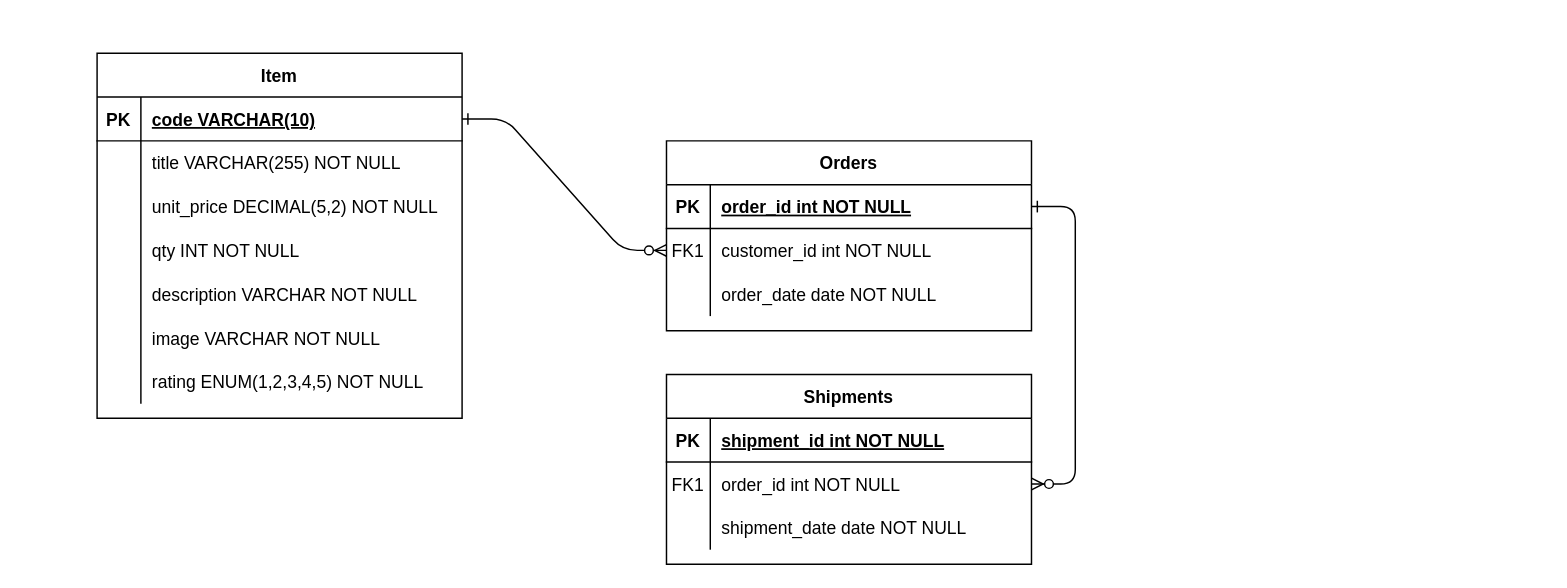
Before: amazon-backend-erd.drawio in Direct-Entry-Program-7/amazon-clone-api, a draw.io diagram. Source tidied: cells renumbered, new cells numbered last; positions are measured from the earlier drawing's top-left corner, leaving out a move shared by most shapes. Both pictures are drawn from the tidied source at 146%, with x=0, y=0 at pixel (96, 53).
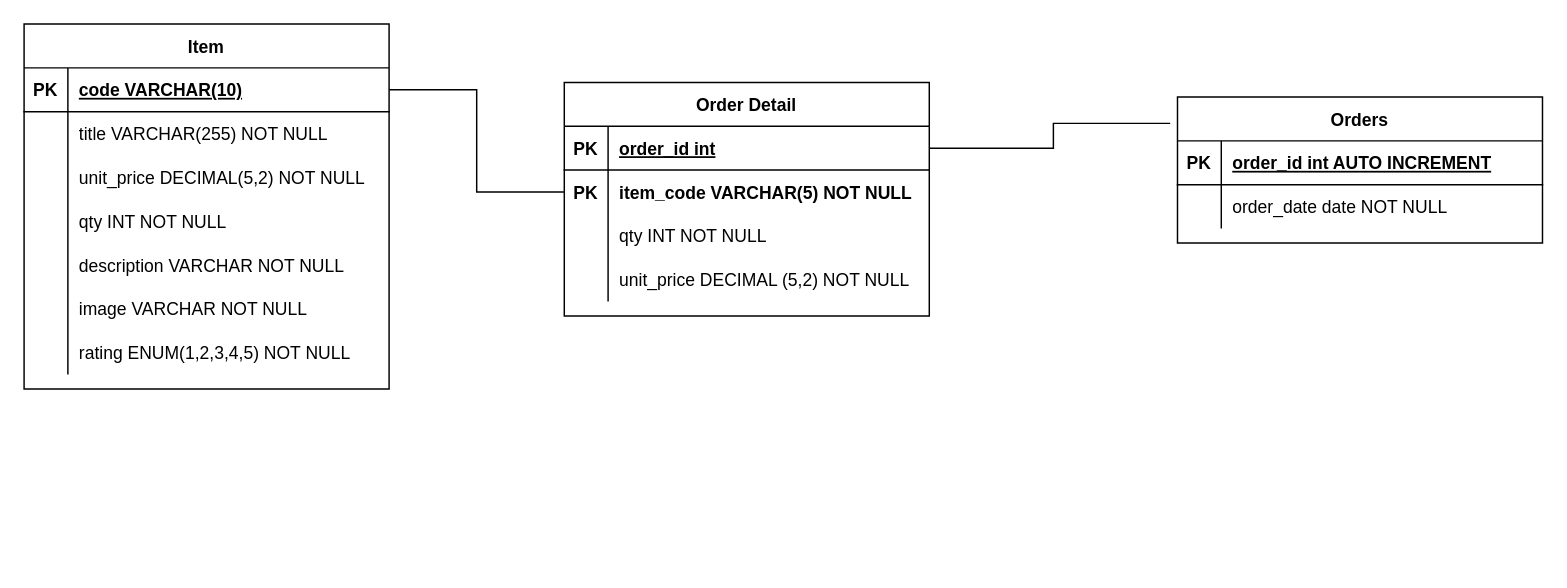
The same diagram, later.

Change to the diagram source:
```diff
@@
-    <mxCell id="2" style="edgeStyle=entityRelationEdgeStyle;endArrow=ERzeroToMany;startArrow=ERone;endFill=1;startFill=0;" parent="1" edge="1" source="25" target="8">
-      <mxGeometry relative="1" as="geometry" />
-    </mxCell>
-    <mxCell id="3" style="edgeStyle=entityRelationEdgeStyle;endArrow=ERzeroToMany;startArrow=ERone;endFill=1;startFill=0;" parent="1" edge="1" source="5" target="18">
-      <mxGeometry relative="1" as="geometry" />
-    </mxCell>
-    <mxCell id="4" value="Orders" style="shape=table;startSize=30;childLayout=tableLayout;rowLines=0;fontStyle=1;align=center;" parent="1" vertex="1">
-      <mxGeometry x="390" y="60" width="250" height="130" as="geometry" />
+    <mxCell id="4" value="Orders" style="shape=table;startSize=30;childLayout=tableLayout;rowLines=0;fontStyle=1;align=center;fontFamily=Ubuntu;" parent="1" vertex="1">
+      <mxGeometry x="740" y="30" width="250" height="100" as="geometry" />
     </mxCell>
-    <mxCell id="5" style="shape=partialRectangle;fillColor=none;points=[[0,0.5],[1,0.5]];portConstraint=eastwest;top=0;left=0;right=0;bottom=1;" parent="4" vertex="1">
+    <mxCell id="5" style="shape=partialRectangle;fillColor=none;points=[[0,0.5],[1,0.5]];portConstraint=eastwest;top=0;left=0;right=0;bottom=1;fontFamily=Ubuntu;" parent="4" vertex="1">
       <mxGeometry y="30" width="250" height="30" as="geometry" />
     </mxCell>
-    <mxCell id="6" value="PK" style="shape=partialRectangle;overflow=hidden;fillColor=none;top=0;left=0;bottom=0;right=0;fontStyle=1;" parent="5" vertex="1">
+    <mxCell id="6" value="PK" style="shape=partialRectangle;overflow=hidden;fillColor=none;top=0;left=0;bottom=0;right=0;fontStyle=1;fontFamily=Ubuntu;" parent="5" vertex="1">
       <mxGeometry width="30" height="30" as="geometry" />
     </mxCell>
-    <mxCell id="7" value="order_id int NOT NULL " style="shape=partialRectangle;overflow=hidden;fillColor=none;top=0;left=0;bottom=0;right=0;align=left;spacingLeft=6;fontStyle=5;" parent="5" vertex="1">
+    <mxCell id="7" value="order_id int AUTO INCREMENT" style="shape=partialRectangle;overflow=hidden;fillColor=none;top=0;left=0;bottom=0;right=0;align=left;spacingLeft=6;fontStyle=5;fontFamily=Ubuntu;" parent="5" vertex="1">
       <mxGeometry x="30" width="220" height="30" as="geometry" />
     </mxCell>
-    <mxCell id="8" style="shape=partialRectangle;fillColor=none;points=[[0,0.5],[1,0.5]];portConstraint=eastwest;top=0;left=0;right=0;bottom=0;" parent="4" vertex="1">
-      <mxGeometry y="60" width="250" height="30" as="geometry" />
-    </mxCell>
-    <mxCell id="9" value="FK1" style="shape=partialRectangle;overflow=hidden;fillColor=none;top=0;left=0;bottom=0;right=0;" parent="8" vertex="1">
-      <mxGeometry width="30" height="30" as="geometry" />
-    </mxCell>
-    <mxCell id="10" value="customer_id int NOT NULL" style="shape=partialRectangle;overflow=hidden;fillColor=none;top=0;left=0;bottom=0;right=0;align=left;spacingLeft=6;" parent="8" vertex="1">
-      <mxGeometry x="30" width="220" height="30" as="geometry" />
-    </mxCell>
-    <mxCell id="11" style="shape=partialRectangle;fillColor=none;top=0;left=0;right=0;bottom=0;" parent="4" vertex="1">
-      <mxGeometry y="90" width="250" height="30" as="geometry" />
+    <mxCell id="11" style="shape=partialRectangle;fillColor=none;top=0;left=0;right=0;bottom=0;fontFamily=Ubuntu;" parent="4" vertex="1">
+      <mxGeometry y="60" width="250" height="30" as="geometry" />
     </mxCell>
-    <mxCell id="12" style="shape=partialRectangle;overflow=hidden;fillColor=none;top=0;left=0;bottom=0;right=0;" parent="11" vertex="1">
+    <mxCell id="12" style="shape=partialRectangle;overflow=hidden;fillColor=none;top=0;left=0;bottom=0;right=0;fontFamily=Ubuntu;" parent="11" vertex="1">
       <mxGeometry width="30" height="30" as="geometry" />
     </mxCell>
-    <mxCell id="13" value="order_date date NOT NULL" style="shape=partialRectangle;overflow=hidden;fillColor=none;top=0;left=0;bottom=0;right=0;align=left;spacingLeft=6;" parent="11" vertex="1">
+    <mxCell id="13" value="order_date date NOT NULL" style="shape=partialRectangle;overflow=hidden;fillColor=none;top=0;left=0;bottom=0;right=0;align=left;spacingLeft=6;fontFamily=Ubuntu;" parent="11" vertex="1">
       <mxGeometry x="30" width="220" height="30" as="geometry" />
     </mxCell>
-    <mxCell id="14" value="Shipments" style="shape=table;startSize=30;childLayout=tableLayout;rowLines=0;fontStyle=1;align=center;" parent="1" vertex="1">
-      <mxGeometry x="390" y="220" width="250" height="130" as="geometry" />
-    </mxCell>
-    <mxCell id="15" style="shape=partialRectangle;fillColor=none;top=0;left=0;right=0;bottom=1;" parent="14" vertex="1">
-      <mxGeometry y="30" width="250" height="30" as="geometry" />
-    </mxCell>
-    <mxCell id="16" value="PK" style="shape=partialRectangle;overflow=hidden;fillColor=none;top=0;left=0;bottom=0;right=0;fontStyle=1;" parent="15" vertex="1">
-      <mxGeometry width="30" height="30" as="geometry" />
-    </mxCell>
-    <mxCell id="17" value="shipment_id int NOT NULL " style="shape=partialRectangle;overflow=hidden;fillColor=none;top=0;left=0;bottom=0;right=0;align=left;spacingLeft=6;fontStyle=5;" parent="15" vertex="1">
-      <mxGeometry x="30" width="220" height="30" as="geometry" />
-    </mxCell>
-    <mxCell id="18" style="shape=partialRectangle;fillColor=none;points=[[0,0.5],[1,0.5]];portConstraint=eastwest;top=0;left=0;right=0;bottom=0;" parent="14" vertex="1">
-      <mxGeometry y="60" width="250" height="30" as="geometry" />
-    </mxCell>
-    <mxCell id="19" value="FK1" style="shape=partialRectangle;overflow=hidden;fillColor=none;top=0;left=0;bottom=0;right=0;" parent="18" vertex="1">
-      <mxGeometry width="30" height="30" as="geometry" />
-    </mxCell>
-    <mxCell id="20" value="order_id int NOT NULL" style="shape=partialRectangle;overflow=hidden;fillColor=none;top=0;left=0;bottom=0;right=0;align=left;spacingLeft=6;" parent="18" vertex="1">
-      <mxGeometry x="30" width="220" height="30" as="geometry" />
-    </mxCell>
-    <mxCell id="21" style="shape=partialRectangle;fillColor=none;top=0;left=0;right=0;bottom=0;" parent="14" vertex="1">
-      <mxGeometry y="90" width="250" height="30" as="geometry" />
-    </mxCell>
-    <mxCell id="22" style="shape=partialRectangle;overflow=hidden;fillColor=none;top=0;left=0;bottom=0;right=0;" parent="21" vertex="1">
-      <mxGeometry width="30" height="30" as="geometry" />
-    </mxCell>
-    <mxCell id="23" value="shipment_date date NOT NULL" style="shape=partialRectangle;overflow=hidden;fillColor=none;top=0;left=0;bottom=0;right=0;align=left;spacingLeft=6;" parent="21" vertex="1">
-      <mxGeometry x="30" width="220" height="30" as="geometry" />
-    </mxCell>
-    <mxCell id="24" value="Item" style="shape=table;startSize=30;childLayout=tableLayout;rowLines=0;fontStyle=1;align=center;fontColor=default;strokeColor=default;fillColor=default;" parent="1" vertex="1">
-      <mxGeometry width="250" height="250" as="geometry" />
+    <mxCell id="24" value="Item" style="shape=table;startSize=30;childLayout=tableLayout;rowLines=0;fontStyle=1;align=center;fontColor=default;strokeColor=default;fillColor=default;fontFamily=Ubuntu;" parent="1" vertex="1">
+      <mxGeometry x="-50" y="-20" width="250" height="250" as="geometry" />
     </mxCell>
-    <mxCell id="25" style="shape=partialRectangle;fillColor=none;points=[[0,0.5],[1,0.5]];portConstraint=eastwest;top=0;left=0;right=0;bottom=1;" parent="24" vertex="1">
+    <mxCell id="25" style="shape=partialRectangle;fillColor=none;points=[[0,0.5],[1,0.5]];portConstraint=eastwest;top=0;left=0;right=0;bottom=1;fontFamily=Ubuntu;" parent="24" vertex="1">
       <mxGeometry y="30" width="250" height="30" as="geometry" />
     </mxCell>
-    <mxCell id="26" value="PK" style="shape=partialRectangle;overflow=hidden;fillColor=none;top=0;left=0;bottom=0;right=0;fontStyle=1;" parent="25" vertex="1">
+    <mxCell id="26" value="PK" style="shape=partialRectangle;overflow=hidden;fillColor=none;top=0;left=0;bottom=0;right=0;fontStyle=1;fontFamily=Ubuntu;" parent="25" vertex="1">
       <mxGeometry width="30" height="30" as="geometry" />
     </mxCell>
-    <mxCell id="27" value="code VARCHAR(10)" style="shape=partialRectangle;overflow=hidden;fillColor=none;top=0;left=0;bottom=0;right=0;align=left;spacingLeft=6;fontStyle=5;fontColor=default;" parent="25" vertex="1">
+    <mxCell id="27" value="code VARCHAR(10)" style="shape=partialRectangle;overflow=hidden;fillColor=none;top=0;left=0;bottom=0;right=0;align=left;spacingLeft=6;fontStyle=5;fontColor=default;fontFamily=Ubuntu;" parent="25" vertex="1">
       <mxGeometry x="30" width="220" height="30" as="geometry" />
     </mxCell>
-    <mxCell id="28" style="shape=partialRectangle;fillColor=none;top=0;left=0;right=0;bottom=0;" parent="24" vertex="1">
+    <mxCell id="28" style="shape=partialRectangle;fillColor=none;top=0;left=0;right=0;bottom=0;fontFamily=Ubuntu;" parent="24" vertex="1">
       <mxGeometry y="60" width="250" height="30" as="geometry" />
     </mxCell>
-    <mxCell id="29" style="shape=partialRectangle;overflow=hidden;fillColor=none;top=0;left=0;bottom=0;right=0;" parent="28" vertex="1">
+    <mxCell id="29" style="shape=partialRectangle;overflow=hidden;fillColor=none;top=0;left=0;bottom=0;right=0;fontFamily=Ubuntu;" parent="28" vertex="1">
       <mxGeometry width="30" height="30" as="geometry" />
     </mxCell>
-    <mxCell id="30" value="title VARCHAR(255) NOT NULL" style="shape=partialRectangle;overflow=hidden;fillColor=none;top=0;left=0;bottom=0;right=0;align=left;spacingLeft=6;fontColor=default;strokeColor=default;" parent="28" vertex="1">
+    <mxCell id="30" value="title VARCHAR(255) NOT NULL" style="shape=partialRectangle;overflow=hidden;fillColor=none;top=0;left=0;bottom=0;right=0;align=left;spacingLeft=6;fontColor=default;strokeColor=default;fontFamily=Ubuntu;" parent="28" vertex="1">
       <mxGeometry x="30" width="220" height="30" as="geometry" />
     </mxCell>
-    <mxCell id="31" style="shape=partialRectangle;fillColor=none;top=0;left=0;right=0;bottom=0;" parent="24" vertex="1">
+    <mxCell id="31" style="shape=partialRectangle;fillColor=none;top=0;left=0;right=0;bottom=0;fontFamily=Ubuntu;" parent="24" vertex="1">
       <mxGeometry y="90" width="250" height="30" as="geometry" />
     </mxCell>
-    <mxCell id="32" style="shape=partialRectangle;overflow=hidden;fillColor=none;top=0;left=0;bottom=0;right=0;" parent="31" vertex="1">
+    <mxCell id="32" style="shape=partialRectangle;overflow=hidden;fillColor=none;top=0;left=0;bottom=0;right=0;fontFamily=Ubuntu;" parent="31" vertex="1">
       <mxGeometry width="30" height="30" as="geometry" />
     </mxCell>
-    <mxCell id="33" value="unit_price DECIMAL(5,2) NOT NULL" style="shape=partialRectangle;overflow=hidden;fillColor=none;top=0;left=0;bottom=0;right=0;align=left;spacingLeft=6;fontColor=default;strokeColor=default;" parent="31" vertex="1">
+    <mxCell id="33" value="unit_price DECIMAL(5,2) NOT NULL" style="shape=partialRectangle;overflow=hidden;fillColor=none;top=0;left=0;bottom=0;right=0;align=left;spacingLeft=6;fontColor=default;strokeColor=default;fontFamily=Ubuntu;" parent="31" vertex="1">
       <mxGeometry x="30" width="220" height="30" as="geometry" />
     </mxCell>
-    <mxCell id="34" style="shape=partialRectangle;fillColor=none;top=0;left=0;right=0;bottom=0;" parent="24" vertex="1">
+    <mxCell id="34" style="shape=partialRectangle;fillColor=none;top=0;left=0;right=0;bottom=0;fontFamily=Ubuntu;" parent="24" vertex="1">
       <mxGeometry y="120" width="250" height="30" as="geometry" />
     </mxCell>
-    <mxCell id="35" style="shape=partialRectangle;overflow=hidden;fillColor=none;top=0;left=0;bottom=0;right=0;" parent="34" vertex="1">
+    <mxCell id="35" style="shape=partialRectangle;overflow=hidden;fillColor=none;top=0;left=0;bottom=0;right=0;fontFamily=Ubuntu;" parent="34" vertex="1">
       <mxGeometry width="30" height="30" as="geometry" />
     </mxCell>
-    <mxCell id="36" value="qty INT NOT NULL" style="shape=partialRectangle;overflow=hidden;fillColor=none;top=0;left=0;bottom=0;right=0;align=left;spacingLeft=6;fontColor=default;strokeColor=default;" parent="34" vertex="1">
+    <mxCell id="36" value="qty INT NOT NULL" style="shape=partialRectangle;overflow=hidden;fillColor=none;top=0;left=0;bottom=0;right=0;align=left;spacingLeft=6;fontColor=default;strokeColor=default;fontFamily=Ubuntu;" parent="34" vertex="1">
       <mxGeometry x="30" width="220" height="30" as="geometry" />
     </mxCell>
-    <mxCell id="37" style="shape=partialRectangle;fillColor=none;top=0;left=0;right=0;bottom=0;" parent="24" vertex="1">
+    <mxCell id="37" style="shape=partialRectangle;fillColor=none;top=0;left=0;right=0;bottom=0;fontFamily=Ubuntu;" parent="24" vertex="1">
       <mxGeometry y="150" width="250" height="30" as="geometry" />
     </mxCell>
-    <mxCell id="38" style="shape=partialRectangle;overflow=hidden;fillColor=none;top=0;left=0;bottom=0;right=0;" parent="37" vertex="1">
+    <mxCell id="38" style="shape=partialRectangle;overflow=hidden;fillColor=none;top=0;left=0;bottom=0;right=0;fontFamily=Ubuntu;" parent="37" vertex="1">
       <mxGeometry width="30" height="30" as="geometry" />
     </mxCell>
-    <mxCell id="39" value="description VARCHAR NOT NULL" style="shape=partialRectangle;overflow=hidden;fillColor=none;top=0;left=0;bottom=0;right=0;align=left;spacingLeft=6;fontColor=default;strokeColor=default;" parent="37" vertex="1">
+    <mxCell id="39" value="description VARCHAR NOT NULL" style="shape=partialRectangle;overflow=hidden;fillColor=none;top=0;left=0;bottom=0;right=0;align=left;spacingLeft=6;fontColor=default;strokeColor=default;fontFamily=Ubuntu;" parent="37" vertex="1">
       <mxGeometry x="30" width="220" height="30" as="geometry" />
     </mxCell>
-    <mxCell id="40" style="shape=partialRectangle;fillColor=none;top=0;left=0;right=0;bottom=0;" parent="24" vertex="1">
+    <mxCell id="40" style="shape=partialRectangle;fillColor=none;top=0;left=0;right=0;bottom=0;fontFamily=Ubuntu;" parent="24" vertex="1">
       <mxGeometry y="180" width="250" height="30" as="geometry" />
     </mxCell>
-    <mxCell id="41" style="shape=partialRectangle;overflow=hidden;fillColor=none;top=0;left=0;bottom=0;right=0;" parent="40" vertex="1">
+    <mxCell id="41" style="shape=partialRectangle;overflow=hidden;fillColor=none;top=0;left=0;bottom=0;right=0;fontFamily=Ubuntu;" parent="40" vertex="1">
       <mxGeometry width="30" height="30" as="geometry" />
     </mxCell>
-    <mxCell id="42" value="image VARCHAR NOT NULL" style="shape=partialRectangle;overflow=hidden;fillColor=none;top=0;left=0;bottom=0;right=0;align=left;spacingLeft=6;fontColor=default;strokeColor=default;" parent="40" vertex="1">
+    <mxCell id="42" value="image VARCHAR NOT NULL" style="shape=partialRectangle;overflow=hidden;fillColor=none;top=0;left=0;bottom=0;right=0;align=left;spacingLeft=6;fontColor=default;strokeColor=default;fontFamily=Ubuntu;" parent="40" vertex="1">
       <mxGeometry x="30" width="220" height="30" as="geometry" />
     </mxCell>
-    <mxCell id="43" style="shape=partialRectangle;fillColor=none;top=0;left=0;right=0;bottom=0;" parent="24" vertex="1">
+    <mxCell id="43" style="shape=partialRectangle;fillColor=none;top=0;left=0;right=0;bottom=0;fontFamily=Ubuntu;" parent="24" vertex="1">
       <mxGeometry y="210" width="250" height="30" as="geometry" />
     </mxCell>
-    <mxCell id="44" style="shape=partialRectangle;overflow=hidden;fillColor=none;top=0;left=0;bottom=0;right=0;" parent="43" vertex="1">
+    <mxCell id="44" style="shape=partialRectangle;overflow=hidden;fillColor=none;top=0;left=0;bottom=0;right=0;fontFamily=Ubuntu;" parent="43" vertex="1">
       <mxGeometry width="30" height="30" as="geometry" />
     </mxCell>
-    <mxCell id="45" value="rating ENUM(1,2,3,4,5) NOT NULL" style="shape=partialRectangle;overflow=hidden;fillColor=none;top=0;left=0;bottom=0;right=0;align=left;spacingLeft=6;fontColor=default;strokeColor=default;" parent="43" vertex="1">
+    <mxCell id="45" value="rating ENUM(1,2,3,4,5) NOT NULL" style="shape=partialRectangle;overflow=hidden;fillColor=none;top=0;left=0;bottom=0;right=0;align=left;spacingLeft=6;fontColor=default;strokeColor=default;fontFamily=Ubuntu;" parent="43" vertex="1">
       <mxGeometry x="30" width="220" height="30" as="geometry" />
     </mxCell>
+    <mxCell id="46" value="Order Detail" style="shape=table;startSize=30;childLayout=tableLayout;rowLines=0;fontStyle=1;align=center;fontFamily=Ubuntu;" parent="1" vertex="1">
+      <mxGeometry x="320" y="20" width="250" height="160" as="geometry" />
+    </mxCell>
+    <mxCell id="47" style="shape=partialRectangle;fillColor=none;points=[[0,0.5],[1,0.5]];portConstraint=eastwest;top=0;left=0;right=0;bottom=1;fontFamily=Ubuntu;" parent="46" vertex="1">
+      <mxGeometry y="30" width="250" height="30" as="geometry" />
+    </mxCell>
+    <mxCell id="48" value="PK" style="shape=partialRectangle;overflow=hidden;fillColor=none;top=0;left=0;bottom=0;right=0;fontStyle=1;fontFamily=Ubuntu;" parent="47" vertex="1">
+      <mxGeometry width="30" height="30" as="geometry" />
+    </mxCell>
+    <mxCell id="49" value="order_id int" style="shape=partialRectangle;overflow=hidden;fillColor=none;top=0;left=0;bottom=0;right=0;align=left;spacingLeft=6;fontStyle=5;fontFamily=Ubuntu;" parent="47" vertex="1">
+      <mxGeometry x="30" width="220" height="30" as="geometry" />
+    </mxCell>
+    <mxCell id="50" style="shape=partialRectangle;fillColor=none;points=[[0,0.5],[1,0.5]];portConstraint=eastwest;top=0;left=0;right=0;bottom=0;fontFamily=Ubuntu;" parent="46" vertex="1">
+      <mxGeometry y="60" width="250" height="30" as="geometry" />
+    </mxCell>
+    <mxCell id="51" value="PK" style="shape=partialRectangle;overflow=hidden;fillColor=none;top=0;left=0;bottom=0;right=0;fontStyle=1;fontFamily=Ubuntu;" parent="50" vertex="1">
+      <mxGeometry width="30" height="30" as="geometry" />
+    </mxCell>
+    <mxCell id="52" value="item_code VARCHAR(5) NOT NULL" style="shape=partialRectangle;overflow=hidden;fillColor=none;top=0;left=0;bottom=0;right=0;align=left;spacingLeft=6;fontStyle=1;fontFamily=Ubuntu;" parent="50" vertex="1">
+      <mxGeometry x="30" width="220" height="30" as="geometry" />
+    </mxCell>
+    <mxCell id="53" style="shape=partialRectangle;fillColor=none;top=0;left=0;right=0;bottom=0;fontFamily=Ubuntu;" parent="46" vertex="1">
+      <mxGeometry y="90" width="250" height="30" as="geometry" />
+    </mxCell>
+    <mxCell id="54" style="shape=partialRectangle;overflow=hidden;fillColor=none;top=0;left=0;bottom=0;right=0;fontStyle=1;fontFamily=Ubuntu;" parent="53" vertex="1">
+      <mxGeometry width="30" height="30" as="geometry" />
+    </mxCell>
+    <mxCell id="55" value="qty INT NOT NULL" style="shape=partialRectangle;overflow=hidden;fillColor=none;top=0;left=0;bottom=0;right=0;align=left;spacingLeft=6;fontStyle=0;fontFamily=Ubuntu;" parent="53" vertex="1">
+      <mxGeometry x="30" width="220" height="30" as="geometry" />
+    </mxCell>
+    <mxCell id="56" style="shape=partialRectangle;fillColor=none;top=0;left=0;right=0;bottom=0;fontFamily=Ubuntu;" parent="46" vertex="1">
+      <mxGeometry y="120" width="250" height="30" as="geometry" />
+    </mxCell>
+    <mxCell id="57" style="shape=partialRectangle;overflow=hidden;fillColor=none;top=0;left=0;bottom=0;right=0;fontStyle=1;fontFamily=Ubuntu;" parent="56" vertex="1">
+      <mxGeometry width="30" height="30" as="geometry" />
+    </mxCell>
+    <mxCell id="58" value="unit_price DECIMAL (5,2) NOT NULL" style="shape=partialRectangle;overflow=hidden;fillColor=none;top=0;left=0;bottom=0;right=0;align=left;spacingLeft=6;fontStyle=0;fontFamily=Ubuntu;" parent="56" vertex="1">
+      <mxGeometry x="30" width="220" height="30" as="geometry" />
+    </mxCell>
+    <mxCell id="59" style="edgeStyle=orthogonalEdgeStyle;rounded=0;jettySize=auto;html=1;entryX=0;entryY=0.5;entryDx=0;entryDy=0;endArrow=none;endFill=0;fontFamily=Ubuntu;" parent="1" edge="1" source="25" target="50">
+      <mxGeometry relative="1" as="geometry" />
+    </mxCell>
+    <mxCell id="60" style="edgeStyle=orthogonalEdgeStyle;rounded=0;jettySize=auto;html=1;entryX=-0.02;entryY=0.18;entryDx=0;entryDy=0;entryPerimeter=0;endArrow=none;endFill=0;fontFamily=Ubuntu;" parent="1" edge="1" source="47" target="4">
+      <mxGeometry relative="1" as="geometry" />
+    </mxCell>
```
